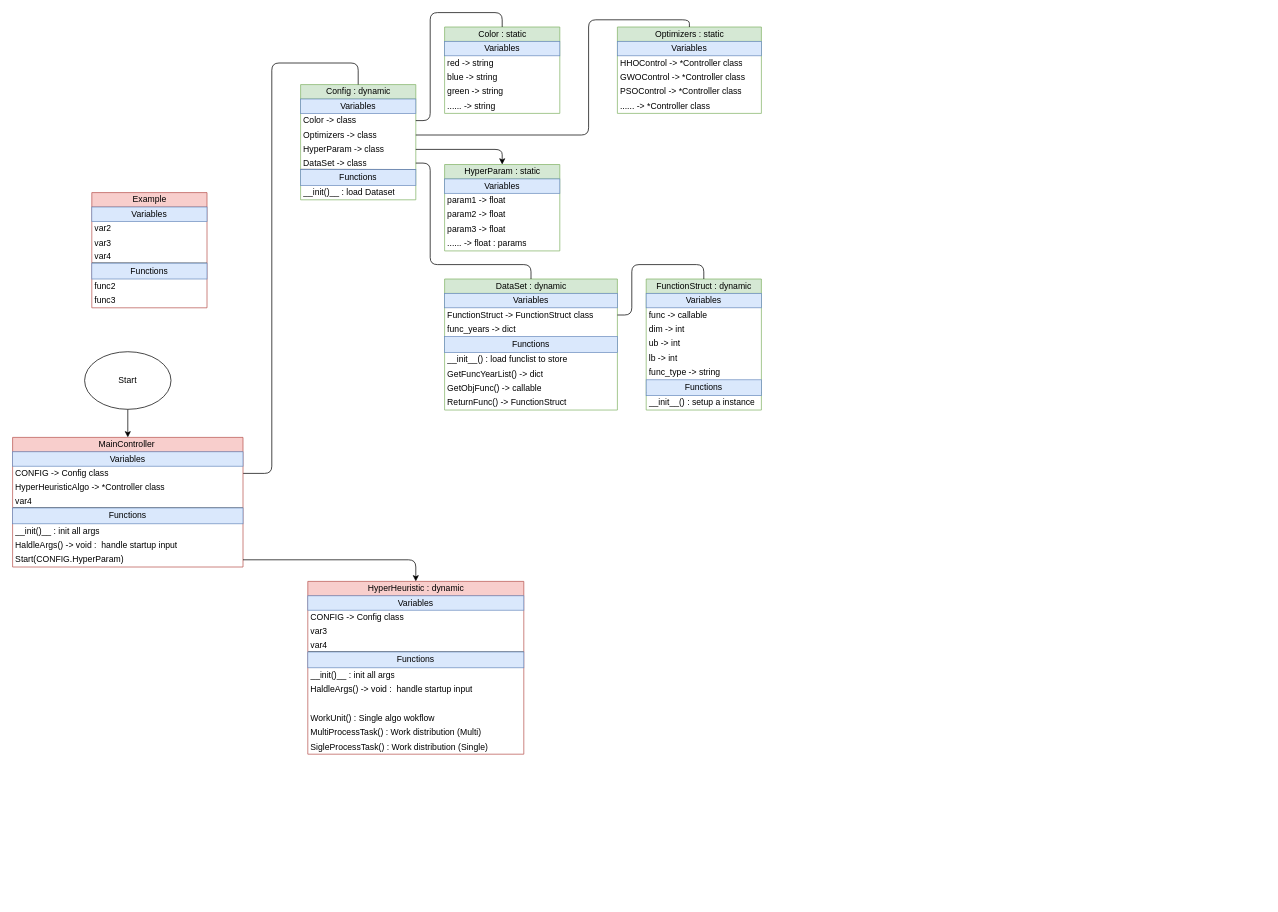
Earlier version of the draw.io diagram src/codeStructure.drawio (NSYSU-AI-Lab-116/Auto-meta-heuristic-with-transformers). Source tidied: cells renumbered, new cells numbered last; positions are measured from the earlier drawing's top-left corner, leaving out a move shared by most shapes. Both pictures are drawn from the tidied source at 72%, with x=0, y=0 at pixel (12, 12).
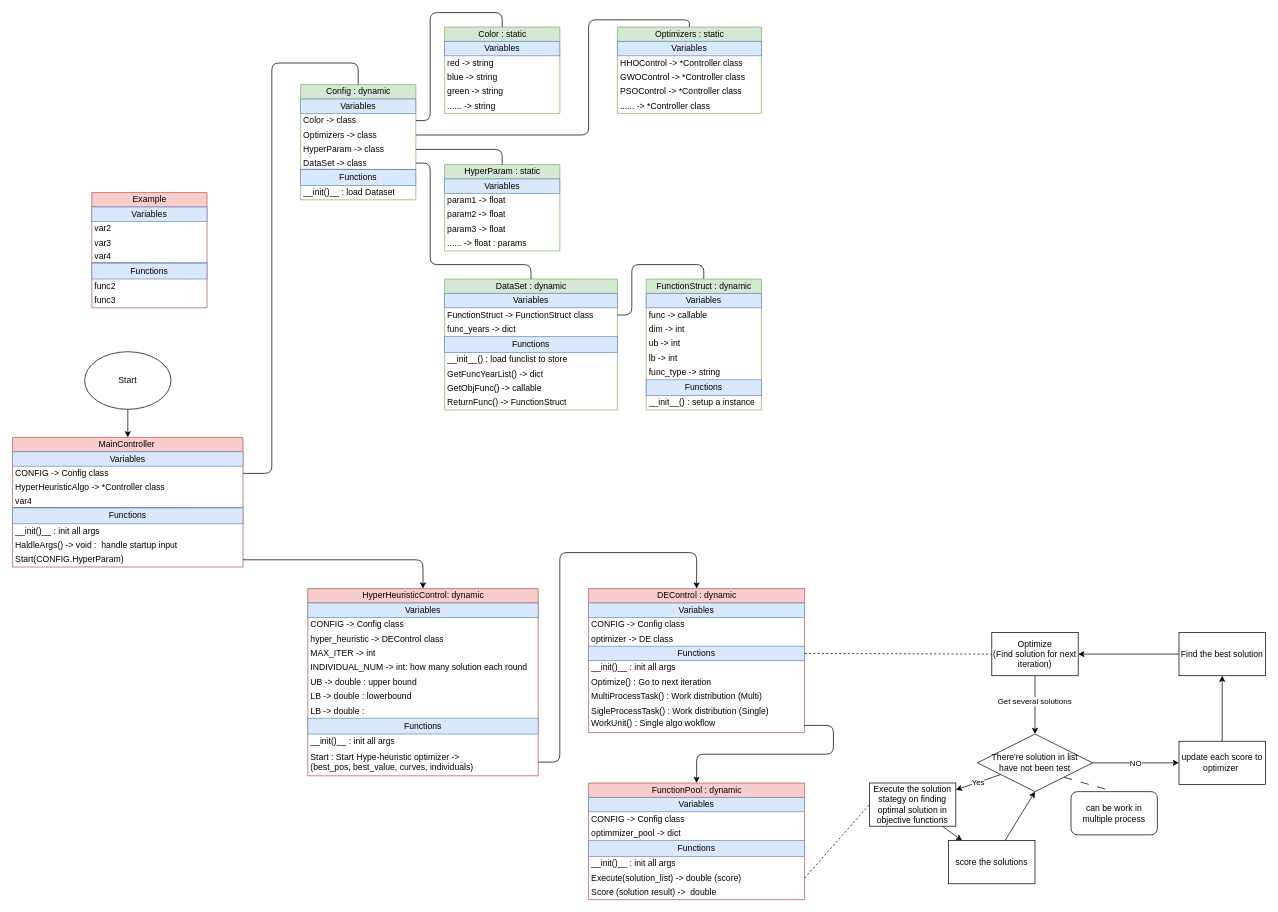
After the change.

Commit message:
update codestruct flowchart

Unchanged cells that the change refers to:
```xml
<mxCell id="17" value="HyperParam -&amp;gt; class" style="text;strokeColor=none;fillColor=none;align=left;verticalAlign=middle;spacingLeft=4;spacingRight=4;overflow=hidden;points=[[0,0.5],[1,0.5]];portConstraint=eastwest;whiteSpace=wrap;html=1;spacing=0;" parent="12" vertex="1">
  <mxGeometry y="80" width="160" height="20" as="geometry" />
</mxCell>
<mxCell id="57" value="HyperParam : static" style="swimlane;fontStyle=0;horizontal=1;startSize=20;fillColor=#d5e8d4;html=1;verticalAlign=middle;strokeColor=#82b366;" parent="11" vertex="1">
  <mxGeometry x="200" y="211" width="160" height="120" as="geometry" />
</mxCell>
<mxCell id="87" value="Start(CONFIG.HyperParam)" style="text;strokeColor=none;fillColor=none;align=left;verticalAlign=middle;spacingLeft=4;spacingRight=4;overflow=hidden;points=[[0,0.5],[1,0.5]];portConstraint=eastwest;whiteSpace=wrap;html=1;spacing=0;" parent="78" vertex="1">
  <mxGeometry y="160" width="320" height="20" as="geometry" />
</mxCell>
```

The edit, as a diff of the source:
```diff
@@
     <mxCell id="11" style="group;" parent="1" vertex="1">
-      <mxGeometry x="400" width="640" height="542" as="geometry" />
+      <mxGeometry x="400" width="640" height="541" as="geometry" />
     </mxCell>
@@
-    <mxCell id="63" style="edgeStyle=none;html=1;exitX=1;exitY=0.5;exitDx=0;exitDy=0;entryX=0.5;entryY=0;entryDx=0;entryDy=0;" parent="11" edge="1" source="17" target="57">
+    <mxCell id="63" style="edgeStyle=none;html=1;exitX=1;exitY=0.5;exitDx=0;exitDy=0;entryX=0.5;entryY=0;entryDx=0;entryDy=0;endArrow=none;endFill=0;" parent="11" edge="1" source="17" target="57">
       <mxGeometry relative="1" as="geometry">
         <Array as="points">
           <mxPoint x="280" y="190" />
         </Array>
       </mxGeometry>
     </mxCell>
@@
-    <mxCell id="65" value="HyperHeuristic : dynamic" style="swimlane;fontStyle=0;horizontal=1;startSize=20;fillColor=#f8cecc;html=1;verticalAlign=middle;strokeColor=#b85450;" parent="1" vertex="1">
-      <mxGeometry x="410" y="790" width="300" height="240" as="geometry" />
+    <mxCell id="65" value="HyperHeuristicControl: dynamic" style="swimlane;fontStyle=0;horizontal=1;startSize=20;fillColor=#f8cecc;html=1;verticalAlign=middle;strokeColor=#b85450;" parent="1" vertex="1">
+      <mxGeometry x="410" y="800" width="320" height="260" as="geometry" />
     </mxCell>
     <mxCell id="66" value="Variables" style="text;strokeColor=#6c8ebf;fillColor=#dae8fc;align=center;verticalAlign=middle;spacingLeft=4;spacingRight=4;overflow=hidden;whiteSpace=wrap;html=1;spacing=0;" parent="65" vertex="1">
-      <mxGeometry y="20" width="300" height="20" as="geometry" />
+      <mxGeometry y="20" width="320" height="20" as="geometry" />
     </mxCell>
     <mxCell id="67" value="CONFIG -&amp;gt; Config class" style="text;strokeColor=none;fillColor=none;align=left;verticalAlign=middle;spacingLeft=4;spacingRight=4;overflow=hidden;whiteSpace=wrap;html=1;spacing=0;" parent="65" vertex="1">
-      <mxGeometry y="40" width="300" height="20" as="geometry" />
+      <mxGeometry y="40" width="320" height="20" as="geometry" />
     </mxCell>
-    <mxCell id="68" style="endArrow=none;html=1;entryX=0.999;entryY=0.997;entryDx=0;entryDy=0;entryPerimeter=0;exitX=0.002;exitY=0.984;exitDx=0;exitDy=0;exitPerimeter=0;" parent="65" edge="1" source="70" target="70">
-      <mxGeometry relative="1" as="geometry" />
-    </mxCell>
-    <mxCell id="69" value="var3" style="text;strokeColor=none;fillColor=none;align=left;verticalAlign=middle;spacingLeft=4;spacingRight=4;overflow=hidden;whiteSpace=wrap;html=1;spacing=0;" parent="65" vertex="1">
-      <mxGeometry y="60" width="300" height="20" as="geometry" />
+    <mxCell id="69" value="hyper_heuristic -&amp;gt; DEControl class" style="text;strokeColor=none;fillColor=none;align=left;verticalAlign=middle;spacingLeft=4;spacingRight=4;overflow=hidden;whiteSpace=wrap;html=1;spacing=0;" parent="65" vertex="1">
+      <mxGeometry y="60" width="320" height="20" as="geometry" />
     </mxCell>
-    <mxCell id="70" value="var4" style="text;strokeColor=none;fillColor=none;align=left;verticalAlign=middle;spacingLeft=4;spacingRight=4;overflow=hidden;points=[[0,0.5],[1,0.5]];portConstraint=eastwest;whiteSpace=wrap;html=1;spacing=0;" parent="65" vertex="1">
-      <mxGeometry y="80" width="300" height="18" as="geometry" />
-    </mxCell>
+    <mxCell id="91" value="MAX_ITER -&amp;gt; int" style="text;strokeColor=none;fillColor=none;align=left;verticalAlign=middle;spacingLeft=4;spacingRight=4;overflow=hidden;whiteSpace=wrap;html=1;spacing=0;" parent="65" vertex="1">
+      <mxGeometry y="80" width="320" height="20" as="geometry" />
+    </mxCell>
+    <mxCell id="92" value="INDIVIDUAL_NUM -&amp;gt; int: how many solution each round" style="text;strokeColor=none;fillColor=none;align=left;verticalAlign=middle;spacingLeft=4;spacingRight=4;overflow=hidden;whiteSpace=wrap;html=1;spacing=0;" parent="65" vertex="1">
+      <mxGeometry y="100" width="320" height="20" as="geometry" />
+    </mxCell>
+    <mxCell id="93" value="UB -&amp;gt; double : upper bound" style="text;strokeColor=none;fillColor=none;align=left;verticalAlign=middle;spacingLeft=4;spacingRight=4;overflow=hidden;whiteSpace=wrap;html=1;spacing=0;" parent="65" vertex="1">
+      <mxGeometry y="120" width="320" height="20" as="geometry" />
+    </mxCell>
+    <mxCell id="94" value="LB -&amp;gt; double : lowerbound&amp;nbsp;" style="text;strokeColor=none;fillColor=none;align=left;verticalAlign=middle;spacingLeft=4;spacingRight=4;overflow=hidden;whiteSpace=wrap;html=1;spacing=0;" parent="65" vertex="1">
+      <mxGeometry y="140" width="320" height="20" as="geometry" />
+    </mxCell>
+    <mxCell id="95" value="LB -&amp;gt; double :&amp;nbsp;" style="text;strokeColor=none;fillColor=none;align=left;verticalAlign=middle;spacingLeft=4;spacingRight=4;overflow=hidden;whiteSpace=wrap;html=1;spacing=0;" parent="65" vertex="1">
+      <mxGeometry y="160" width="320" height="20" as="geometry" />
+    </mxCell>
     <mxCell id="71" value="Functions" style="text;strokeColor=#6c8ebf;fillColor=#dae8fc;align=center;verticalAlign=middle;spacingLeft=4;spacingRight=4;overflow=hidden;whiteSpace=wrap;html=1;spacing=0;" parent="65" vertex="1">
-      <mxGeometry y="98" width="300" height="22" as="geometry" />
+      <mxGeometry y="180" width="320" height="22" as="geometry" />
     </mxCell>
     <mxCell id="72" value="__init()__ : init all args" style="text;strokeColor=none;fillColor=none;align=left;verticalAlign=middle;spacingLeft=4;spacingRight=4;overflow=hidden;whiteSpace=wrap;html=1;spacing=0;" parent="65" vertex="1">
-      <mxGeometry y="120" width="300" height="20" as="geometry" />
+      <mxGeometry y="202" width="320" height="20" as="geometry" />
     </mxCell>
-    <mxCell id="73" value="HaldleArgs() -&amp;gt; void :&amp;nbsp; handle startup input" style="text;strokeColor=none;fillColor=none;align=left;verticalAlign=middle;spacingLeft=4;spacingRight=4;overflow=hidden;whiteSpace=wrap;html=1;spacing=0;" parent="65" vertex="1">
-      <mxGeometry y="140" width="300" height="20" as="geometry" />
-    </mxCell>
-    <mxCell id="74" style="text;strokeColor=none;fillColor=none;align=left;verticalAlign=middle;spacingLeft=4;spacingRight=4;overflow=hidden;whiteSpace=wrap;html=1;spacing=0;" parent="65" vertex="1">
-      <mxGeometry y="160" width="300" height="20" as="geometry" />
-    </mxCell>
-    <mxCell id="75" value="WorkUnit() : Single algo wokflow" style="text;strokeColor=none;fillColor=none;align=left;verticalAlign=middle;spacingLeft=4;spacingRight=4;overflow=hidden;points=[[0,0.5],[1,0.5]];portConstraint=eastwest;whiteSpace=wrap;html=1;spacing=0;" parent="65" vertex="1">
-      <mxGeometry y="180" width="300" height="20" as="geometry" />
+    <mxCell id="75" value="Start : Start Hype-heuristic optimizer -&amp;gt;&amp;nbsp;&lt;div&gt;(best_pos, best_value, curves, individuals)&lt;/div&gt;" style="text;strokeColor=none;fillColor=none;align=left;verticalAlign=middle;spacingLeft=4;spacingRight=4;overflow=hidden;points=[[0,0.5],[1,0.5]];portConstraint=eastwest;whiteSpace=wrap;html=1;spacing=0;" parent="65" vertex="1">
+      <mxGeometry y="222" width="320" height="38" as="geometry" />
     </mxCell>
-    <mxCell id="76" value="MultiProcessTask() : Work distribution (Multi)" style="text;strokeColor=none;fillColor=none;align=left;verticalAlign=middle;spacingLeft=4;spacingRight=4;overflow=hidden;whiteSpace=wrap;html=1;spacing=0;" parent="65" vertex="1">
-      <mxGeometry y="200" width="300" height="20" as="geometry" />
-    </mxCell>
-    <mxCell id="77" value="SigleProcessTask() : Work distribution (Single)" style="text;strokeColor=none;fillColor=none;align=left;verticalAlign=middle;spacingLeft=4;spacingRight=4;overflow=hidden;whiteSpace=wrap;html=1;spacing=0;" parent="65" vertex="1">
-      <mxGeometry y="220" width="300" height="20" as="geometry" />
-    </mxCell>
@@
     <mxCell id="90" style="edgeStyle=none;html=1;exitX=1;exitY=0.5;exitDx=0;exitDy=0;entryX=0.5;entryY=0;entryDx=0;entryDy=0;" parent="1" edge="1" source="87" target="65">
       <mxGeometry relative="1" as="geometry">
         <Array as="points">
-          <mxPoint x="560" y="760" />
+          <mxPoint x="570" y="760" />
         </Array>
       </mxGeometry>
     </mxCell>
+    <mxCell id="96" value="DEControl : dynamic" style="swimlane;fontStyle=0;horizontal=1;startSize=20;fillColor=#f8cecc;html=1;verticalAlign=middle;strokeColor=#b85450;" parent="1" vertex="1">
+      <mxGeometry x="800" y="800" width="300" height="200" as="geometry" />
+    </mxCell>
+    <mxCell id="97" value="Variables" style="text;strokeColor=#6c8ebf;fillColor=#dae8fc;align=center;verticalAlign=middle;spacingLeft=4;spacingRight=4;overflow=hidden;whiteSpace=wrap;html=1;spacing=0;" parent="96" vertex="1">
+      <mxGeometry y="20" width="300" height="20" as="geometry" />
+    </mxCell>
+    <mxCell id="98" value="CONFIG -&amp;gt; Config class" style="text;strokeColor=none;fillColor=none;align=left;verticalAlign=middle;spacingLeft=4;spacingRight=4;overflow=hidden;whiteSpace=wrap;html=1;spacing=0;" parent="96" vertex="1">
+      <mxGeometry y="40" width="300" height="20" as="geometry" />
+    </mxCell>
+    <mxCell id="99" style="endArrow=none;html=1;entryX=0.999;entryY=0.997;entryDx=0;entryDy=0;entryPerimeter=0;exitX=0.002;exitY=0.984;exitDx=0;exitDy=0;exitPerimeter=0;" parent="96" edge="1">
+      <mxGeometry relative="1" as="geometry">
+        <mxPoint x="0.6" y="97.7" as="sourcePoint" />
+        <mxPoint x="299.7" y="97.9" as="targetPoint" />
+      </mxGeometry>
+    </mxCell>
+    <mxCell id="100" value="optimizer -&amp;gt; DE class" style="text;strokeColor=none;fillColor=none;align=left;verticalAlign=middle;spacingLeft=4;spacingRight=4;overflow=hidden;whiteSpace=wrap;html=1;spacing=0;" parent="96" vertex="1">
+      <mxGeometry y="60" width="300" height="20" as="geometry" />
+    </mxCell>
+    <mxCell id="101" value="Functions" style="text;strokeColor=#6c8ebf;fillColor=#dae8fc;align=center;verticalAlign=middle;spacingLeft=4;spacingRight=4;overflow=hidden;points=[[0,0.5],[1,0.5]];portConstraint=eastwest;whiteSpace=wrap;html=1;spacing=0;" parent="96" vertex="1">
+      <mxGeometry y="80" width="300" height="20" as="geometry" />
+    </mxCell>
+    <mxCell id="102" value="__init()__ : init all args" style="text;strokeColor=none;fillColor=none;align=left;verticalAlign=middle;spacingLeft=4;spacingRight=4;overflow=hidden;whiteSpace=wrap;html=1;spacing=0;" parent="96" vertex="1">
+      <mxGeometry y="100" width="300" height="20" as="geometry" />
+    </mxCell>
+    <mxCell id="103" value="Optimize() : Go to next iteration" style="text;strokeColor=none;fillColor=none;align=left;verticalAlign=middle;spacingLeft=4;spacingRight=4;overflow=hidden;whiteSpace=wrap;html=1;spacing=0;" parent="96" vertex="1">
+      <mxGeometry y="120" width="300" height="20" as="geometry" />
+    </mxCell>
+    <mxCell id="76" value="MultiProcessTask() : Work distribution (Multi)" style="text;strokeColor=none;fillColor=none;align=left;verticalAlign=middle;spacingLeft=4;spacingRight=4;overflow=hidden;whiteSpace=wrap;html=1;spacing=0;" parent="96" vertex="1">
+      <mxGeometry y="140" width="300" height="20" as="geometry" />
+    </mxCell>
+    <mxCell id="77" value="SigleProcessTask() : Work distribution (Single)" style="text;strokeColor=none;fillColor=none;align=left;verticalAlign=middle;spacingLeft=4;spacingRight=4;overflow=hidden;whiteSpace=wrap;html=1;spacing=0;" parent="96" vertex="1">
+      <mxGeometry y="160" width="300" height="20" as="geometry" />
+    </mxCell>
+    <mxCell id="104" value="WorkUnit() : Single algo wokflow&amp;nbsp;&lt;div&gt;&lt;br&gt;&lt;/div&gt;" style="text;strokeColor=none;fillColor=none;align=left;verticalAlign=middle;spacingLeft=4;spacingRight=4;overflow=hidden;points=[[0,0.5],[1,0.5]];portConstraint=eastwest;whiteSpace=wrap;html=1;spacing=0;" parent="96" vertex="1">
+      <mxGeometry y="180" width="300" height="20" as="geometry" />
+    </mxCell>
+    <mxCell id="105" style="edgeStyle=none;html=1;entryX=0.5;entryY=0;entryDx=0;entryDy=0;" parent="1" edge="1" source="107" target="117">
+      <mxGeometry relative="1" as="geometry" />
+    </mxCell>
+    <mxCell id="106" value="Get several solutions&amp;nbsp;" style="edgeLabel;html=1;align=center;verticalAlign=middle;" parent="105" vertex="1">
+      <mxGeometry x="-0.14" relative="1" as="geometry" />
+    </mxCell>
+    <mxCell id="107" value="Optimize&lt;div&gt;(Find solution for next iteration)&lt;/div&gt;" style="whiteSpace=wrap;html=1;" parent="1" vertex="1">
+      <mxGeometry x="1360" y="861" width="120" height="60" as="geometry" />
+    </mxCell>
+    <mxCell id="108" style="edgeStyle=none;html=1;exitX=1;exitY=0.5;exitDx=0;exitDy=0;entryX=0;entryY=0.5;entryDx=0;entryDy=0;dashed=1;endArrow=none;endFill=0;" parent="1" edge="1" source="101" target="107">
+      <mxGeometry relative="1" as="geometry" />
+    </mxCell>
+    <mxCell id="109" style="edgeStyle=none;html=1;exitX=1;exitY=0.5;exitDx=0;exitDy=0;" parent="1" edge="1" source="117" target="112">
+      <mxGeometry relative="1" as="geometry" />
+    </mxCell>
+    <mxCell id="110" value="NO" style="edgeLabel;html=1;align=center;verticalAlign=middle;" parent="109" vertex="1">
+      <mxGeometry x="0.1" y="-2" relative="1" as="geometry">
+        <mxPoint x="-7" y="-2" as="offset" />
+      </mxGeometry>
+    </mxCell>
+    <mxCell id="111" style="edgeStyle=none;html=1;" parent="1" edge="1" source="112" target="114">
+      <mxGeometry relative="1" as="geometry" />
+    </mxCell>
+    <mxCell id="112" value="update each score to optimizer&amp;nbsp;" style="whiteSpace=wrap;html=1;" parent="1" vertex="1">
+      <mxGeometry x="1620" y="1012" width="120" height="60" as="geometry" />
+    </mxCell>
+    <mxCell id="113" style="edgeStyle=none;html=1;entryX=1;entryY=0.5;entryDx=0;entryDy=0;" parent="1" edge="1" source="114" target="107">
+      <mxGeometry relative="1" as="geometry" />
+    </mxCell>
+    <mxCell id="114" value="Find the best solution" style="whiteSpace=wrap;html=1;" parent="1" vertex="1">
+      <mxGeometry x="1620" y="861" width="120" height="60" as="geometry" />
+    </mxCell>
+    <mxCell id="115" value="Yes" style="edgeStyle=none;html=1;" parent="1" edge="1" source="117" target="119">
+      <mxGeometry relative="1" as="geometry" />
+    </mxCell>
+    <mxCell id="116" style="edgeStyle=none;html=1;exitX=1;exitY=1;exitDx=0;exitDy=0;entryX=0.5;entryY=0;entryDx=0;entryDy=0;dashed=1;dashPattern=12 12;endArrow=none;endFill=0;" parent="1" edge="1" source="117" target="122">
+      <mxGeometry relative="1" as="geometry" />
+    </mxCell>
+    <mxCell id="117" value="There're solution in list have&amp;nbsp;not been test" style="rhombus;whiteSpace=wrap;html=1;" parent="1" vertex="1">
+      <mxGeometry x="1340" y="1002" width="160" height="80" as="geometry" />
+    </mxCell>
+    <mxCell id="118" style="edgeStyle=none;html=1;" parent="1" edge="1" source="119" target="121">
+      <mxGeometry relative="1" as="geometry" />
+    </mxCell>
+    <mxCell id="119" value="Execute the solution stategy on finding optimal solution in objective functions" style="whiteSpace=wrap;html=1;" parent="1" vertex="1">
+      <mxGeometry x="1190" y="1070" width="120" height="60" as="geometry" />
+    </mxCell>
+    <mxCell id="120" style="edgeStyle=none;html=1;entryX=0.5;entryY=1;entryDx=0;entryDy=0;" parent="1" edge="1" source="121" target="117">
+      <mxGeometry relative="1" as="geometry" />
+    </mxCell>
+    <mxCell id="121" value="score the solutions" style="whiteSpace=wrap;html=1;" parent="1" vertex="1">
+      <mxGeometry x="1300" y="1150" width="120" height="60" as="geometry" />
+    </mxCell>
+    <mxCell id="122" value="can be work in multiple process" style="rounded=1;whiteSpace=wrap;html=1;" parent="1" vertex="1">
+      <mxGeometry x="1470" y="1082" width="120" height="60" as="geometry" />
+    </mxCell>
+    <mxCell id="123" style="edgeStyle=none;html=1;exitX=1;exitY=0.5;exitDx=0;exitDy=0;entryX=0.5;entryY=0;entryDx=0;entryDy=0;" parent="1" edge="1" source="75" target="96">
+      <mxGeometry relative="1" as="geometry">
+        <Array as="points">
+          <mxPoint x="760" y="1041" />
+          <mxPoint x="760" y="750" />
+          <mxPoint x="950" y="750" />
+        </Array>
+      </mxGeometry>
+    </mxCell>
+    <mxCell id="124" value="FunctionPool : dynamic" style="swimlane;fontStyle=0;horizontal=1;startSize=20;fillColor=#f8cecc;html=1;verticalAlign=middle;strokeColor=#b85450;" parent="1" vertex="1">
+      <mxGeometry x="800" y="1070" width="300" height="162" as="geometry" />
+    </mxCell>
+    <mxCell id="125" value="Variables" style="text;strokeColor=#6c8ebf;fillColor=#dae8fc;align=center;verticalAlign=middle;spacingLeft=4;spacingRight=4;overflow=hidden;whiteSpace=wrap;html=1;spacing=0;" parent="124" vertex="1">
+      <mxGeometry y="20" width="300" height="20" as="geometry" />
+    </mxCell>
+    <mxCell id="126" value="CONFIG -&amp;gt; Config class" style="text;strokeColor=none;fillColor=none;align=left;verticalAlign=middle;spacingLeft=4;spacingRight=4;overflow=hidden;whiteSpace=wrap;html=1;spacing=0;" parent="124" vertex="1">
+      <mxGeometry y="40" width="300" height="20" as="geometry" />
+    </mxCell>
+    <mxCell id="127" value="optimmizer_pool -&amp;gt; dict&amp;nbsp;" style="text;strokeColor=none;fillColor=none;align=left;verticalAlign=middle;spacingLeft=4;spacingRight=4;overflow=hidden;whiteSpace=wrap;html=1;spacing=0;" parent="124" vertex="1">
+      <mxGeometry y="60" width="300" height="20" as="geometry" />
+    </mxCell>
+    <mxCell id="128" value="Functions" style="text;strokeColor=#6c8ebf;fillColor=#dae8fc;align=center;verticalAlign=middle;spacingLeft=4;spacingRight=4;overflow=hidden;whiteSpace=wrap;html=1;spacing=0;" parent="124" vertex="1">
+      <mxGeometry y="80" width="300" height="22" as="geometry" />
+    </mxCell>
+    <mxCell id="129" value="__init()__ : init all args" style="text;strokeColor=none;fillColor=none;align=left;verticalAlign=middle;spacingLeft=4;spacingRight=4;overflow=hidden;whiteSpace=wrap;html=1;spacing=0;" parent="124" vertex="1">
+      <mxGeometry y="102" width="300" height="20" as="geometry" />
+    </mxCell>
+    <mxCell id="130" value="Execute(solution_list) -&amp;gt; double (score)" style="text;strokeColor=none;fillColor=none;align=left;verticalAlign=middle;spacingLeft=4;spacingRight=4;overflow=hidden;points=[[0,0.5],[1,0.5]];portConstraint=eastwest;whiteSpace=wrap;html=1;spacing=0;" parent="124" vertex="1">
+      <mxGeometry y="122" width="300" height="20" as="geometry" />
+    </mxCell>
+    <mxCell id="131" value="Score (solution result) -&amp;gt;&amp;nbsp; double" style="text;strokeColor=none;fillColor=none;align=left;verticalAlign=middle;spacingLeft=4;spacingRight=4;overflow=hidden;whiteSpace=wrap;html=1;spacing=0;" parent="124" vertex="1">
+      <mxGeometry y="142" width="300" height="20" as="geometry" />
+    </mxCell>
+    <mxCell id="132" style="edgeStyle=none;html=1;exitX=1;exitY=0.5;exitDx=0;exitDy=0;entryX=0.5;entryY=0;entryDx=0;entryDy=0;" parent="1" edge="1" source="104" target="124">
+      <mxGeometry relative="1" as="geometry">
+        <Array as="points">
+          <mxPoint x="1140" y="990" />
+          <mxPoint x="1140" y="1030" />
+          <mxPoint x="950" y="1030" />
+        </Array>
+      </mxGeometry>
+    </mxCell>
+    <mxCell id="133" style="edgeStyle=none;html=1;exitX=1;exitY=0.5;exitDx=0;exitDy=0;entryX=0;entryY=0.5;entryDx=0;entryDy=0;dashed=1;endArrow=none;endFill=0;" parent="1" edge="1" source="130" target="119">
+      <mxGeometry relative="1" as="geometry" />
+    </mxCell>
```
